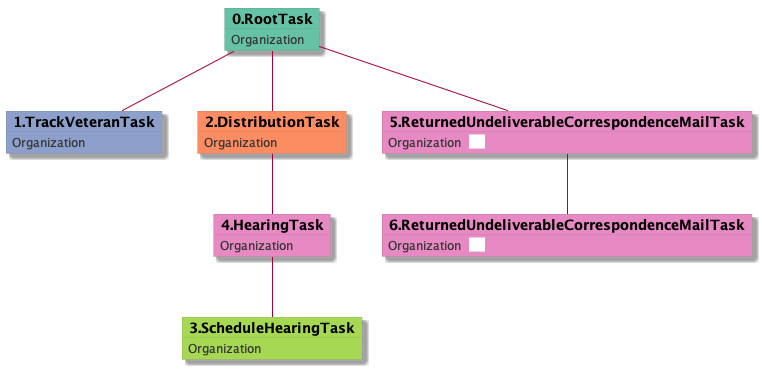
Above: docs-H/uml/RTO.TVTO.DTO.SHTO.HTO.RUCMTO.RUCMTO-2056.png in yoomlam/graphing (PlantUML), before the change.
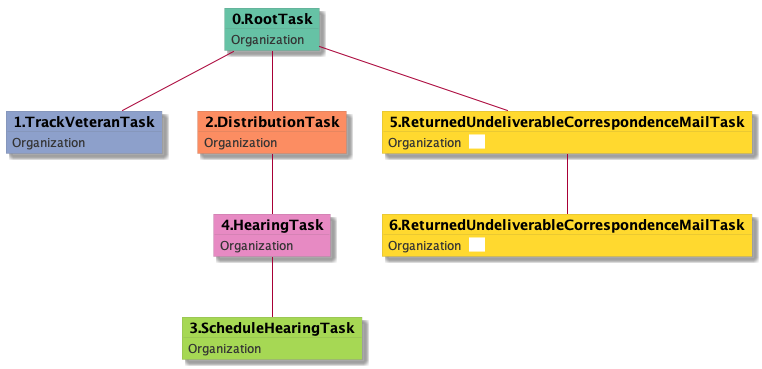
After the change.

Diff of the diagram source:
```diff
@@ -22,10 +22,10 @@
   object 4.HearingTask #e78ac3 {
 Organization
 }
-  object 5.ReturnedUndeliverableCorrespondenceMailTask #e78ac3 {
+  object 5.ReturnedUndeliverableCorrespondenceMailTask #ffd92f {
 Organization  <back:white>    </back>
 }
-  object 6.ReturnedUndeliverableCorrespondenceMailTask #e78ac3 {
+  object 6.ReturnedUndeliverableCorrespondenceMailTask #ffd92f {
 Organization  <back:white>    </back>
 }
 0.RootTask -- 1.TrackVeteranTask
```
